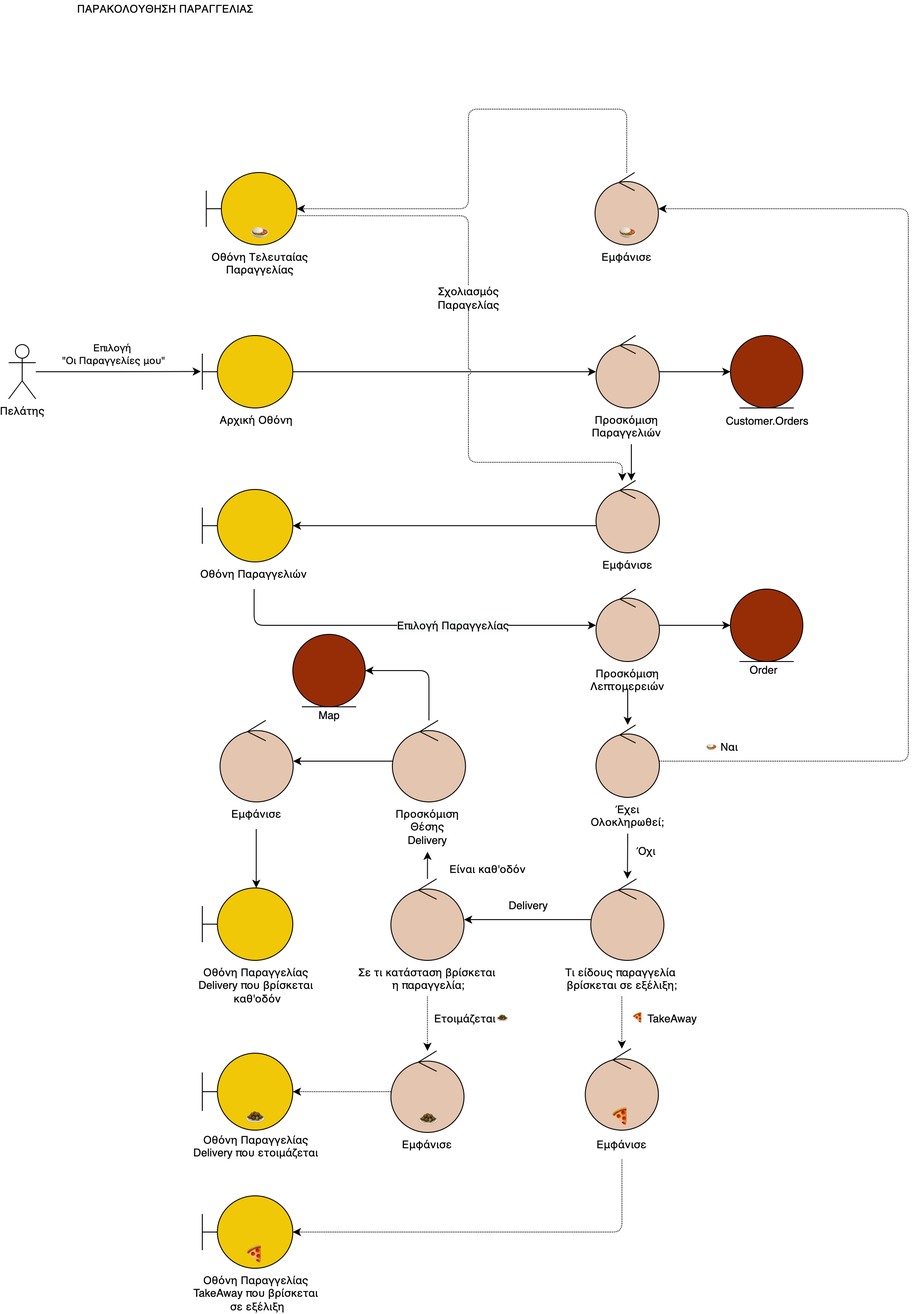
iloudaros/nomnomr keeps this draw.io diagram as docs/final/nomnomr./Media/Robustness Diagrams/10.Παρακολούθηση Παραγγελίας.drawio.png. Above is the earlier version. Source tidied: cells renumbered, new cells last; positions are measured from the earlier drawing's top-left corner, leaving out a move shared by most shapes.
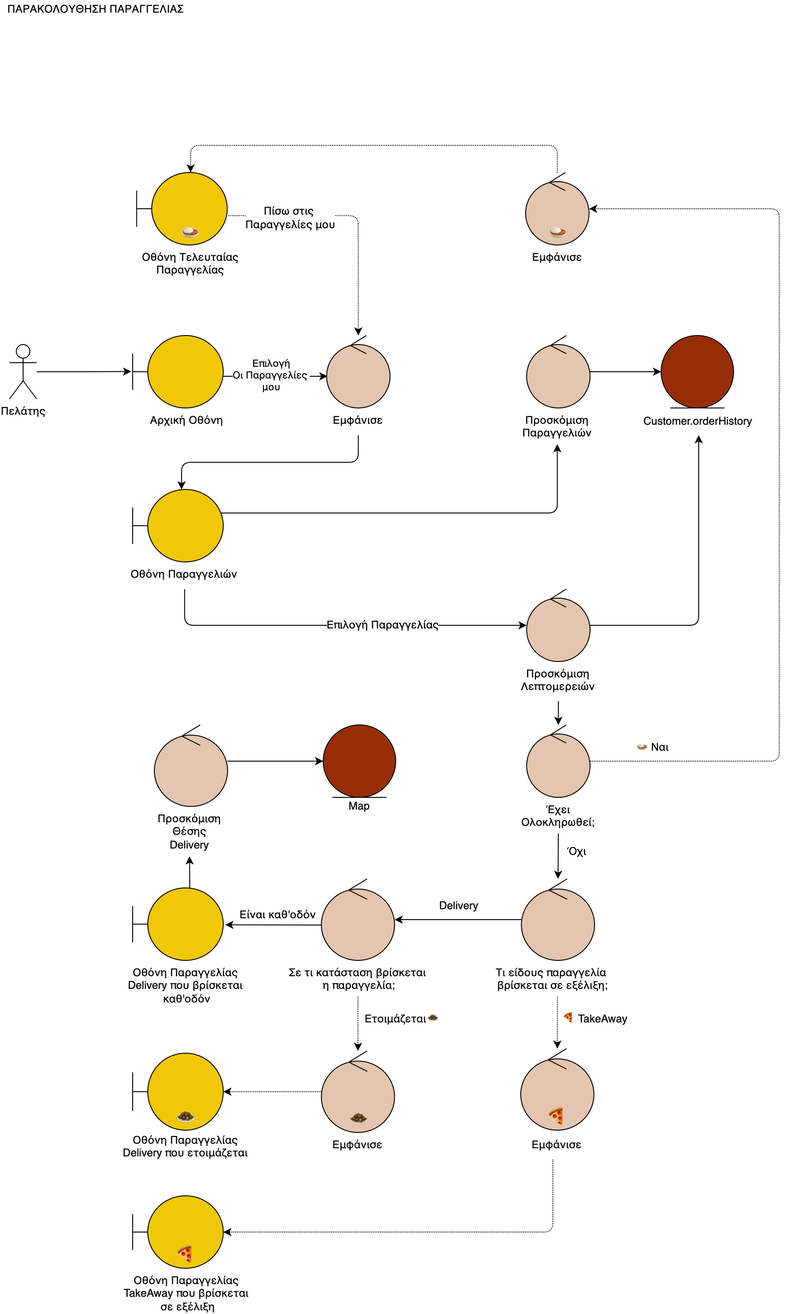
The same diagram one commit later.

The edit, as a diff of the source:
```diff
@@ -5,30 +5,38 @@
     <mxCell id="2" style="rounded=0;jettySize=auto;html=1;entryX=-0.016;entryY=0.497;entryDx=0;entryDy=0;entryPerimeter=0;elbow=vertical;edgeStyle=orthogonalEdgeStyle;" parent="1" edge="1" source="4" target="6">
       <mxGeometry relative="1" as="geometry" />
     </mxCell>
-    <mxCell id="3" value="Επιλογή &lt;br&gt;&quot;Οι Παραγγελίες μου&quot;" style="edgeLabel;html=1;align=center;verticalAlign=middle;labelBackgroundColor=none;" parent="2" vertex="1">
-      <mxGeometry x="-0.35" y="1" relative="1" as="geometry">
-        <mxPoint x="25" y="-19" as="offset" />
-      </mxGeometry>
-    </mxCell>
     <mxCell id="4" value="Πελάτης" style="shape=umlActor;verticalLabelPosition=bottom;verticalAlign=top;html=1;" parent="1" vertex="1">
-      <mxGeometry y="380" width="30" height="60" as="geometry" />
+      <mxGeometry x="78" y="380" width="30" height="60" as="geometry" />
     </mxCell>
-    <mxCell id="5" style="rounded=1;jettySize=auto;html=1;elbow=vertical;edgeStyle=orthogonalEdgeStyle;" parent="1" edge="1" source="6" target="42">
+    <mxCell id="5" style="rounded=1;jettySize=auto;html=1;elbow=vertical;edgeStyle=orthogonalEdgeStyle;exitX=0.97;exitY=0.325;exitDx=0;exitDy=0;exitPerimeter=0;entryX=0.5;entryY=1;entryDx=0;entryDy=0;" parent="1" edge="1" source="9" target="44">
       <mxGeometry relative="1" as="geometry" />
     </mxCell>
+    <mxCell id="84" style="edgeStyle=orthogonalEdgeStyle;rounded=0;jettySize=auto;html=1;entryX=0.014;entryY=0.563;entryDx=0;entryDy=0;entryPerimeter=0;" parent="1" edge="1" source="6" target="8">
+      <mxGeometry relative="1" as="geometry">
+        <Array as="points">
+          <mxPoint x="358" y="415" />
+          <mxPoint x="358" y="415" />
+        </Array>
+      </mxGeometry>
+    </mxCell>
+    <mxCell id="85" value="Επιλογή&lt;br&gt;Οι Παραγγελίες &lt;br&gt;μου" style="edgeLabel;html=1;align=center;verticalAlign=middle;" parent="84" vertex="1">
+      <mxGeometry x="-0.07" y="1" relative="1" as="geometry">
+        <mxPoint x="-1" as="offset" />
+      </mxGeometry>
+    </mxCell>
     <mxCell id="6" style="shape=umlBoundary;whiteSpace=wrap;html=1;fillColor=#F0C808;strokeColor=#000000;" parent="1" vertex="1">
       <mxGeometry x="214" y="370" width="100" height="80" as="geometry" />
     </mxCell>
-    <mxCell id="7" style="rounded=0;jettySize=auto;html=1;elbow=vertical;edgeStyle=orthogonalEdgeStyle;" parent="1" edge="1" source="8" target="9">
+    <mxCell id="7" style="rounded=1;jettySize=auto;html=1;elbow=vertical;edgeStyle=orthogonalEdgeStyle;exitX=0.5;exitY=1;exitDx=0;exitDy=0;" parent="1" edge="1" source="31" target="9">
       <mxGeometry relative="1" as="geometry">
         <Array as="points">
-          <mxPoint x="624" y="580" />
-          <mxPoint x="624" y="580" />
+          <mxPoint x="463" y="510" />
+          <mxPoint x="268" y="510" />
         </Array>
       </mxGeometry>
     </mxCell>
     <mxCell id="8" style="ellipse;shape=umlControl;whiteSpace=wrap;html=1;fillColor=#E4C5AF;" parent="1" vertex="1">
-      <mxGeometry x="649" y="530" width="70" height="80" as="geometry" />
+      <mxGeometry x="428.1" y="370" width="70" height="80" as="geometry" />
     </mxCell>
     <mxCell id="9" style="shape=umlBoundary;whiteSpace=wrap;html=1;fillColor=#F0C808;strokeColor=#000000;" parent="1" vertex="1">
       <mxGeometry x="214" y="540" width="100" height="80" as="geometry" />
@@ -53,16 +61,16 @@
     <mxCell id="14" style="rounded=1;jettySize=auto;html=1;fillColor=#a20025;strokeColor=#000000;elbow=vertical;edgeStyle=orthogonalEdgeStyle;dashed=1;dashPattern=1 1;" parent="1" edge="1" source="15" target="17">
       <mxGeometry relative="1" as="geometry">
         <Array as="points">
-          <mxPoint x="683" y="120" />
-          <mxPoint x="508" y="120" />
+          <mxPoint x="683" y="160" />
+          <mxPoint x="278" y="160" />
         </Array>
       </mxGeometry>
     </mxCell>
     <mxCell id="15" style="ellipse;shape=umlControl;whiteSpace=wrap;html=1;fillColor=#E4C5AF;fontColor=#ffffff;strokeColor=#000000;" parent="1" vertex="1">
       <mxGeometry x="647.9" y="190" width="70" height="80" as="geometry" />
     </mxCell>
-    <mxCell id="16" value="Customer.Orders" style="text;html=1;align=center;verticalAlign=middle;strokeColor=none;fillColor=none;" parent="1" vertex="1">
-      <mxGeometry x="782.5" y="455" width="110" height="20" as="geometry" />
+    <mxCell id="16" value="Customer.orderHistory" style="text;html=1;align=center;verticalAlign=middle;strokeColor=none;fillColor=none;" parent="1" vertex="1">
+      <mxGeometry x="767.5" y="455" width="140" height="20" as="geometry" />
     </mxCell>
     <mxCell id="17" style="shape=umlBoundary;whiteSpace=wrap;html=1;fillColor=#F0C808;fontColor=#ffffff;strokeColor=#000000;" parent="1" vertex="1">
       <mxGeometry x="218.4" y="190" width="100" height="80" as="geometry" />
@@ -76,8 +84,13 @@
     <mxCell id="20" style="rounded=1;jettySize=auto;html=1;fontColor=#000000;endArrow=classic;endFill=1;strokeColor=#000000;elbow=vertical;edgeStyle=orthogonalEdgeStyle;exitX=0.5;exitY=1;exitDx=0;exitDy=0;dashed=1;dashPattern=1 1;" parent="1" edge="1" source="36" target="59">
       <mxGeometry relative="1" as="geometry" />
     </mxCell>
-    <mxCell id="21" style="edgeStyle=orthogonalEdgeStyle;rounded=1;jumpStyle=arc;jettySize=auto;html=1;" parent="1" edge="1" source="22" target="66">
-      <mxGeometry relative="1" as="geometry" />
+    <mxCell id="21" style="edgeStyle=orthogonalEdgeStyle;rounded=1;jumpStyle=arc;jettySize=auto;html=1;entryX=1.022;entryY=0.509;entryDx=0;entryDy=0;entryPerimeter=0;" parent="1" edge="1" source="22" target="26">
+      <mxGeometry relative="1" as="geometry">
+        <Array as="points">
+          <mxPoint x="388" y="1021" />
+          <mxPoint x="388" y="1021" />
+        </Array>
+      </mxGeometry>
     </mxCell>
     <mxCell id="22" style="ellipse;shape=umlControl;whiteSpace=wrap;html=1;fillColor=#E4C5AF;" parent="1" vertex="1">
       <mxGeometry x="422.4" y="970" width="80.8" height="90" as="geometry" />
@@ -91,11 +104,19 @@
     <mxCell id="25" value="Ετοιμάζεται" style="text;html=1;align=center;verticalAlign=middle;strokeColor=none;fillColor=none;fontColor=#000000;" parent="1" vertex="1">
       <mxGeometry x="464" y="1115" width="80" height="20" as="geometry" />
     </mxCell>
+    <mxCell id="86" style="edgeStyle=orthogonalEdgeStyle;rounded=1;jettySize=auto;html=1;entryX=0.5;entryY=1;entryDx=0;entryDy=0;" parent="1" edge="1" source="26" target="66">
+      <mxGeometry relative="1" as="geometry">
+        <Array as="points">
+          <mxPoint x="277" y="970" />
+          <mxPoint x="277" y="970" />
+        </Array>
+      </mxGeometry>
+    </mxCell>
     <mxCell id="26" style="shape=umlBoundary;whiteSpace=wrap;html=1;fillColor=#F0C808;fontColor=#ffffff;strokeColor=#000000;" parent="1" vertex="1">
       <mxGeometry x="214" y="980" width="100" height="80" as="geometry" />
     </mxCell>
     <mxCell id="27" value="Είναι καθ'οδόν" style="text;html=1;align=center;verticalAlign=middle;strokeColor=none;fillColor=none;fontColor=#000000;" parent="1" vertex="1">
-      <mxGeometry x="484" y="950" width="90" height="20" as="geometry" />
+      <mxGeometry x="329" y="1000" width="90" height="20" as="geometry" />
     </mxCell>
     <mxCell id="28" value="&lt;meta charset=&quot;utf-8&quot;&gt;&lt;span style=&quot;font-family: helvetica; font-size: 12px; font-style: normal; font-weight: 400; letter-spacing: normal; text-indent: 0px; text-transform: none; word-spacing: 0px; display: inline; float: none;&quot;&gt;Οθόνη Τελευταίας Παραγγελίας&lt;/span&gt;" style="text;whiteSpace=wrap;html=1;align=center;fontColor=default;labelBackgroundColor=none;" parent="1" vertex="1">
       <mxGeometry x="203.9" y="270" width="147.8" height="20" as="geometry" />
@@ -107,7 +128,7 @@
       <mxGeometry x="219" y="450" width="110" height="30" as="geometry" />
     </mxCell>
     <mxCell id="31" value="&lt;meta charset=&quot;utf-8&quot;&gt;&lt;span style=&quot;font-family: helvetica; font-size: 12px; font-style: normal; font-weight: 400; letter-spacing: normal; text-indent: 0px; text-transform: none; word-spacing: 0px; display: inline; float: none;&quot;&gt;Εμφάνισε&lt;/span&gt;" style="text;whiteSpace=wrap;html=1;align=center;fontColor=default;labelBackgroundColor=none;" parent="1" vertex="1">
-      <mxGeometry x="644" y="610" width="80" height="30" as="geometry" />
+      <mxGeometry x="423.1" y="450" width="80" height="30" as="geometry" />
     </mxCell>
     <mxCell id="32" style="edgeStyle=orthogonalEdgeStyle;rounded=1;jumpStyle=arc;jettySize=auto;html=1;" parent="1" edge="1" source="34" target="47">
       <mxGeometry relative="1" as="geometry">
@@ -129,7 +150,12 @@
       <mxGeometry x="377.1" y="1060" width="171.2" height="40" as="geometry" />
     </mxCell>
     <mxCell id="37" style="edgeStyle=orthogonalEdgeStyle;rounded=1;jumpStyle=arc;jettySize=auto;html=1;dashed=1;dashPattern=1 1;" parent="1" edge="1" source="38" target="60">
-      <mxGeometry relative="1" as="geometry" />
+      <mxGeometry relative="1" as="geometry">
+        <Array as="points">
+          <mxPoint x="683" y="1110" />
+          <mxPoint x="683" y="1110" />
+        </Array>
+      </mxGeometry>
     </mxCell>
     <mxCell id="38" value="&lt;span style=&quot;font-family: helvetica; font-size: 12px; font-style: normal; font-weight: 400; letter-spacing: normal; text-indent: 0px; text-transform: none; word-spacing: 0px; display: inline; float: none;&quot;&gt;Τι είδους παραγγελία &lt;br&gt;βρίσκεται σε εξέλιξη;&lt;/span&gt;" style="text;whiteSpace=wrap;html=1;align=center;fontColor=default;labelBackgroundColor=none;" parent="1" vertex="1">
       <mxGeometry x="597.5" y="1060" width="160" height="40" as="geometry" />
@@ -146,43 +172,31 @@
     <mxCell id="42" style="ellipse;shape=umlControl;whiteSpace=wrap;html=1;fillColor=#E4C5AF;fontColor=#ffffff;strokeColor=#000000;" parent="1" vertex="1">
       <mxGeometry x="649" y="370" width="70" height="80" as="geometry" />
     </mxCell>
-    <mxCell id="43" style="edgeStyle=orthogonalEdgeStyle;rounded=1;jumpStyle=arc;jettySize=auto;html=1;" parent="1" edge="1" source="44" target="8">
-      <mxGeometry relative="1" as="geometry">
-        <Array as="points">
-          <mxPoint x="688" y="510" />
-          <mxPoint x="688" y="510" />
-        </Array>
-      </mxGeometry>
-    </mxCell>
     <mxCell id="44" value="&lt;font face=&quot;helvetica&quot;&gt;Προσκόμιση&lt;br&gt;Παραγγελιών&lt;br&gt;&lt;/font&gt;" style="text;whiteSpace=wrap;html=1;align=center;fontColor=default;labelBackgroundColor=none;" parent="1" vertex="1">
       <mxGeometry x="642.9" y="450" width="80" height="40" as="geometry" />
     </mxCell>
     <mxCell id="45" style="ellipse;shape=umlEntity;whiteSpace=wrap;html=1;fillColor=#972D07;" parent="1" vertex="1">
       <mxGeometry x="797.5" y="370" width="80" height="80" as="geometry" />
     </mxCell>
-    <mxCell id="46" style="edgeStyle=orthogonalEdgeStyle;rounded=1;jumpStyle=arc;jettySize=auto;html=1;" parent="1" edge="1" source="47" target="50">
-      <mxGeometry relative="1" as="geometry" />
+    <mxCell id="46" style="edgeStyle=orthogonalEdgeStyle;rounded=1;jumpStyle=arc;jettySize=auto;html=1;" parent="1" edge="1" source="47">
+      <mxGeometry relative="1" as="geometry">
+        <mxPoint x="839" y="480" as="targetPoint" />
+      </mxGeometry>
     </mxCell>
     <mxCell id="47" style="ellipse;shape=umlControl;whiteSpace=wrap;html=1;fillColor=#E4C5AF;fontColor=#ffffff;strokeColor=#000000;" parent="1" vertex="1">
       <mxGeometry x="649" y="650" width="70" height="80" as="geometry" />
     </mxCell>
-    <mxCell id="48" style="edgeStyle=orthogonalEdgeStyle;rounded=1;jumpStyle=arc;jettySize=auto;html=1;" parent="1" edge="1" source="49" target="53">
+    <mxCell id="48" style="edgeStyle=orthogonalEdgeStyle;rounded=1;jumpStyle=arc;jettySize=auto;html=1;exitX=0.501;exitY=1.088;exitDx=0;exitDy=0;exitPerimeter=0;" parent="1" edge="1" source="49" target="53">
       <mxGeometry relative="1" as="geometry" />
     </mxCell>
     <mxCell id="49" value="&lt;font face=&quot;helvetica&quot;&gt;Προσκόμιση&lt;br&gt;Λεπτομερειών&lt;br&gt;&lt;/font&gt;" style="text;whiteSpace=wrap;html=1;align=center;fontColor=default;labelBackgroundColor=none;" parent="1" vertex="1">
-      <mxGeometry x="644" y="730" width="80" height="30" as="geometry" />
+      <mxGeometry x="644" y="730" width="80" height="40" as="geometry" />
     </mxCell>
-    <mxCell id="50" style="ellipse;shape=umlEntity;whiteSpace=wrap;html=1;fillColor=#972D07;" parent="1" vertex="1">
-      <mxGeometry x="797.5" y="650" width="80" height="80" as="geometry" />
-    </mxCell>
-    <mxCell id="51" value="Order" style="text;html=1;align=center;verticalAlign=middle;strokeColor=none;fillColor=none;" parent="1" vertex="1">
-      <mxGeometry x="809" y="730" width="50" height="20" as="geometry" />
-    </mxCell>
     <mxCell id="52" style="edgeStyle=orthogonalEdgeStyle;rounded=1;jumpStyle=arc;jettySize=auto;html=1;dashed=1;dashPattern=1 1;" parent="1" edge="1" source="53" target="15">
       <mxGeometry relative="1" as="geometry">
         <Array as="points">
-          <mxPoint x="994" y="840" />
-          <mxPoint x="994" y="230" />
+          <mxPoint x="928" y="840" />
+          <mxPoint x="928" y="230" />
         </Array>
       </mxGeometry>
     </mxCell>
@@ -212,10 +226,10 @@
       <mxGeometry x="422.4" y="1160" width="80.8" height="90" as="geometry" />
     </mxCell>
     <mxCell id="60" style="ellipse;shape=umlControl;whiteSpace=wrap;html=1;fillColor=#E4C5AF;" parent="1" vertex="1">
-      <mxGeometry x="637.1" y="1157.5" width="80.8" height="90" as="geometry" />
+      <mxGeometry x="642.5" y="1157.5" width="80.8" height="90" as="geometry" />
     </mxCell>
     <mxCell id="61" value="&lt;font face=&quot;helvetica&quot;&gt;Εμφάνισε&lt;/font&gt;" style="text;whiteSpace=wrap;html=1;fontColor=default;align=center;labelBackgroundColor=none;" parent="1" vertex="1">
-      <mxGeometry x="626.9" y="1250" width="101.2" height="30" as="geometry" />
+      <mxGeometry x="632.3" y="1250" width="101.2" height="30" as="geometry" />
     </mxCell>
     <mxCell id="62" value="&lt;span style=&quot;font-family: helvetica; font-size: 12px; font-style: normal; font-weight: 400; letter-spacing: normal; text-indent: 0px; text-transform: none; word-spacing: 0px; display: inline; float: none;&quot;&gt;Οθόνη Παραγγελίας&lt;/span&gt;&lt;br style=&quot;font-family: helvetica; font-size: 12px; font-style: normal; font-weight: 400; letter-spacing: normal; text-indent: 0px; text-transform: none; word-spacing: 0px;&quot;&gt;&lt;span style=&quot;font-family: helvetica; font-size: 12px; font-style: normal; font-weight: 400; letter-spacing: normal; text-indent: 0px; text-transform: none; word-spacing: 0px; display: inline; float: none;&quot;&gt;Delivery που ετοιμάζεται&lt;/span&gt;" style="text;whiteSpace=wrap;html=1;align=center;fontColor=default;labelBackgroundColor=none;" parent="1" vertex="1">
       <mxGeometry x="200.5" y="1245" width="145" height="40" as="geometry" />
@@ -223,54 +237,39 @@
     <mxCell id="63" style="edgeStyle=orthogonalEdgeStyle;rounded=1;jumpStyle=arc;jettySize=auto;html=1;" parent="1" edge="1" source="65" target="67">
       <mxGeometry relative="1" as="geometry">
         <Array as="points">
-          <mxPoint x="464" y="740" />
+          <mxPoint x="378" y="840" />
+          <mxPoint x="378" y="840" />
         </Array>
       </mxGeometry>
     </mxCell>
-    <mxCell id="64" style="edgeStyle=orthogonalEdgeStyle;rounded=1;jumpStyle=arc;jettySize=auto;html=1;" parent="1" edge="1" source="65" target="69">
-      <mxGeometry relative="1" as="geometry" />
-    </mxCell>
     <mxCell id="65" style="ellipse;shape=umlControl;whiteSpace=wrap;html=1;fillColor=#E4C5AF;" parent="1" vertex="1">
-      <mxGeometry x="424" y="795" width="80.8" height="90" as="geometry" />
+      <mxGeometry x="238" y="800" width="80.8" height="90" as="geometry" />
     </mxCell>
     <mxCell id="66" value="&lt;font face=&quot;helvetica&quot;&gt;Προσκόμιση&lt;br&gt;Θέσης&lt;br&gt;Delivery&lt;br&gt;&lt;/font&gt;" style="text;whiteSpace=wrap;html=1;align=center;fontColor=default;labelBackgroundColor=none;" parent="1" vertex="1">
-      <mxGeometry x="422.8" y="885" width="80" height="55" as="geometry" />
+      <mxGeometry x="236.7" y="890" width="80" height="55" as="geometry" />
     </mxCell>
     <mxCell id="67" style="ellipse;shape=umlEntity;whiteSpace=wrap;html=1;fillColor=#972D07;" parent="1" vertex="1">
-      <mxGeometry x="314" y="700" width="80" height="80" as="geometry" />
+      <mxGeometry x="424.4" y="800" width="80" height="80" as="geometry" />
     </mxCell>
     <mxCell id="68" value="Map" style="text;html=1;align=center;verticalAlign=middle;strokeColor=none;fillColor=none;" parent="1" vertex="1">
-      <mxGeometry x="334" y="780" width="40" height="20" as="geometry" />
+      <mxGeometry x="444.4" y="880" width="40" height="20" as="geometry" />
     </mxCell>
-    <mxCell id="69" style="ellipse;shape=umlControl;whiteSpace=wrap;html=1;fillColor=#E4C5AF;" parent="1" vertex="1">
-      <mxGeometry x="233.6" y="795" width="80.8" height="90" as="geometry" />
-    </mxCell>
-    <mxCell id="70" style="edgeStyle=orthogonalEdgeStyle;rounded=1;jumpStyle=arc;jettySize=auto;html=1;" parent="1" edge="1" source="71" target="26">
-      <mxGeometry relative="1" as="geometry">
-        <Array as="points">
-          <mxPoint x="274" y="970" />
-          <mxPoint x="274" y="970" />
-        </Array>
-      </mxGeometry>
-    </mxCell>
-    <mxCell id="71" value="&lt;font face=&quot;helvetica&quot;&gt;Εμφάνισε&lt;br&gt;&lt;/font&gt;" style="text;whiteSpace=wrap;html=1;align=center;fontColor=default;labelBackgroundColor=none;" parent="1" vertex="1">
-      <mxGeometry x="233.6" y="885" width="80" height="30" as="geometry" />
-    </mxCell>
-    <mxCell id="72" style="edgeStyle=orthogonalEdgeStyle;rounded=1;jumpStyle=arc;orthogonalLoop=1;jettySize=auto;html=1;exitX=0.5;exitY=1;exitDx=0;exitDy=0;dashed=1;dashPattern=1 2;" parent="1" edge="1" source="71" target="71">
-      <mxGeometry relative="1" as="geometry" />
+    <mxCell id="72" style="edgeStyle=orthogonalEdgeStyle;rounded=1;jumpStyle=arc;orthogonalLoop=1;jettySize=auto;html=1;exitX=0.5;exitY=1;exitDx=0;exitDy=0;dashed=1;dashPattern=1 2;" parent="1" edge="1">
+      <mxGeometry relative="1" as="geometry">
+        <mxPoint x="273.6" y="915" as="sourcePoint" />
+        <mxPoint x="273.6" y="915" as="targetPoint" />
+      </mxGeometry>
     </mxCell>
     <mxCell id="73" style="rounded=1;jettySize=auto;html=1;elbow=vertical;edgeStyle=orthogonalEdgeStyle;exitX=1.013;exitY=0.596;exitDx=0;exitDy=0;exitPerimeter=0;jumpStyle=arc;dashed=1;dashPattern=1 1;" parent="1" edge="1" source="17" target="8">
       <mxGeometry relative="1" as="geometry">
         <Array as="points">
-          <mxPoint x="508" y="238" />
-          <mxPoint x="508" y="510" />
-          <mxPoint x="678" y="510" />
+          <mxPoint x="463" y="238" />
         </Array>
       </mxGeometry>
     </mxCell>
-    <mxCell id="74" value="&lt;span style=&quot;font-size: 12px;&quot;&gt;Σχολιασμός&lt;/span&gt;&lt;br style=&quot;font-size: 12px;&quot;&gt;&lt;span style=&quot;font-size: 12px;&quot;&gt;Παραγελίας&lt;/span&gt;" style="edgeLabel;html=1;align=center;verticalAlign=middle;labelBackgroundColor=default;" parent="73" vertex="1">
+    <mxCell id="74" value="&lt;span style=&quot;font-size: 12px;&quot;&gt;Πίσω στις &lt;br&gt;Παραγγελίες μου&lt;/span&gt;" style="edgeLabel;html=1;align=center;verticalAlign=middle;labelBackgroundColor=default;" parent="73" vertex="1">
       <mxGeometry x="-0.3" relative="1" as="geometry">
-        <mxPoint x="-1" y="51" as="offset" />
+        <mxPoint x="-28" y="2" as="offset" />
       </mxGeometry>
     </mxCell>
     <mxCell id="75" value="🍛" style="text;whiteSpace=wrap;html=1;" parent="1" vertex="1">
@@ -283,7 +282,7 @@
       <mxGeometry x="688.1" y="1110" width="40" height="30" as="geometry" />
     </mxCell>
     <mxCell id="78" value="🍕" style="text;whiteSpace=wrap;html=1;align=center;verticalAlign=middle;fontSize=20;" parent="1" vertex="1">
-      <mxGeometry x="657.5" y="1217.5" width="40" height="30" as="geometry" />
+      <mxGeometry x="662.9" y="1217.5" width="40" height="30" as="geometry" />
     </mxCell>
     <mxCell id="79" value="🍕" style="text;whiteSpace=wrap;html=1;fontSize=20;align=center;verticalAlign=middle;" parent="1" vertex="1">
       <mxGeometry x="253" y="1370" width="40" height="30" as="geometry" />
```
